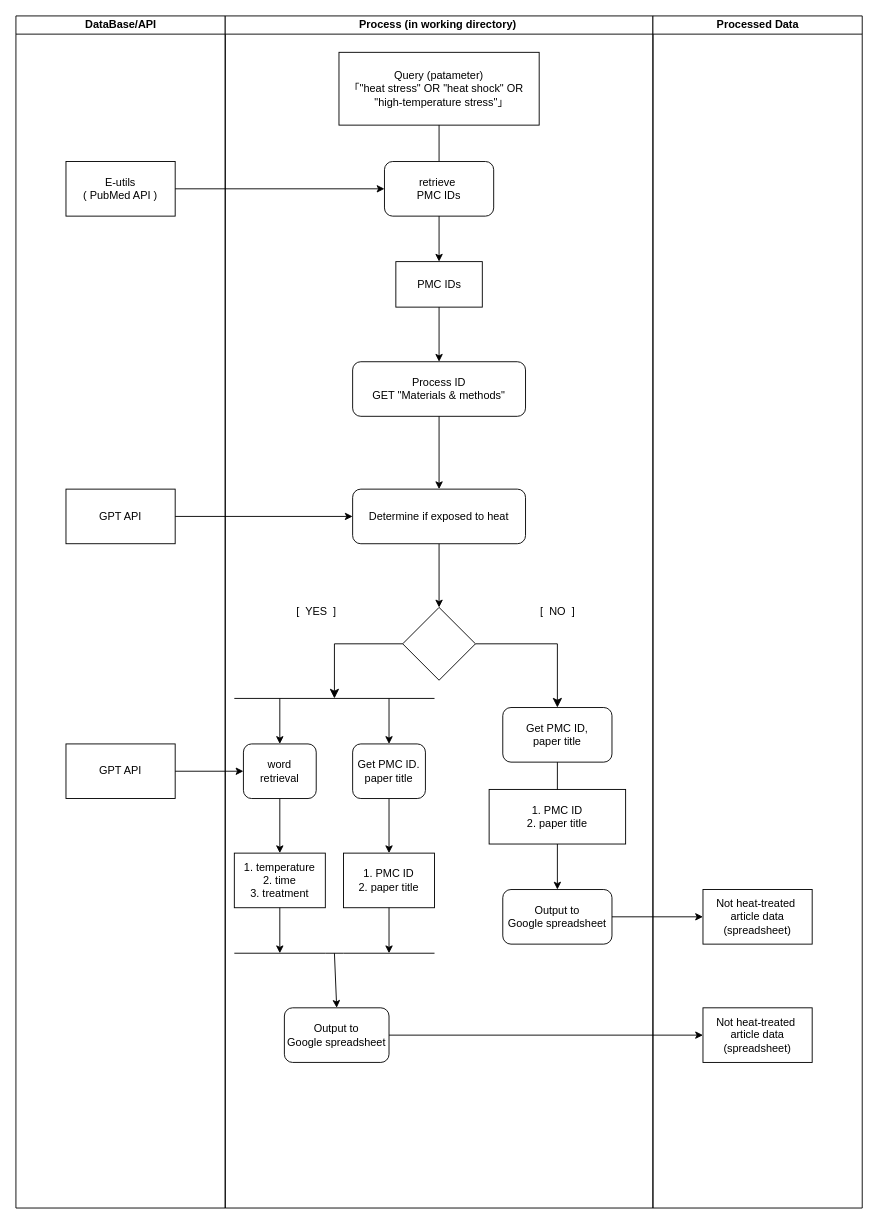
Earlier version of the draw.io diagram documents/yonezawa.drawio (dogrun-inc/research_extract). Source tidied: cells renumbered, new cells numbered last; positions are measured from the earlier drawing's top-left corner, leaving out a move shared by most shapes. Both pictures are drawn from the tidied source at 91%, with x=0, y=0 at pixel (15, 15).
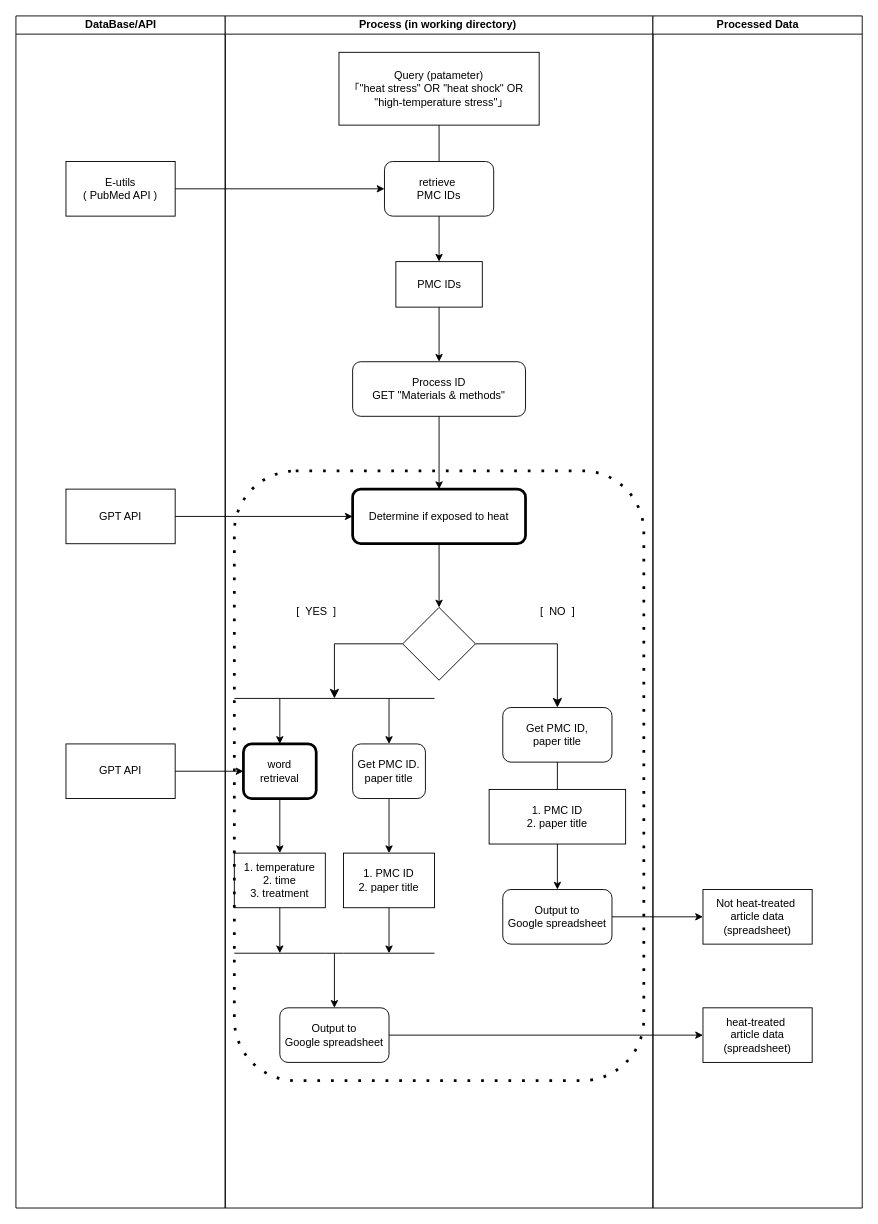
Above is the later version.

The change refers to these unchanged cells:
```xml
<mxCell id="6" value="Process (in working directory)&amp;nbsp;" style="swimlane;startSize=20;html=1;" parent="1" vertex="1">
  <mxGeometry x="230" width="470" height="1310" as="geometry" />
</mxCell>
<mxCell id="34" value="Processed Data" style="swimlane;startSize=20;html=1;" parent="1" vertex="1">
  <mxGeometry x="700" width="230" height="1310" as="geometry" />
</mxCell>
```

What changed in the source:
```diff
@@
-    <mxCell id="18" value="Determine if exposed to heat" style="rounded=1;whiteSpace=wrap;html=1;" parent="6" vertex="1">
+    <mxCell id="18" value="Determine if exposed to heat" style="rounded=1;whiteSpace=wrap;html=1;strokeWidth=3;" parent="6" vertex="1">
       <mxGeometry x="140" y="520" width="190" height="60" as="geometry" />
     </mxCell>
@@
-    <mxCell id="30" value="word &lt;br&gt;retrieval" style="rounded=1;whiteSpace=wrap;html=1;" parent="6" vertex="1">
+    <mxCell id="30" value="word &lt;br&gt;retrieval" style="rounded=1;whiteSpace=wrap;html=1;strokeWidth=3;" parent="6" vertex="1">
       <mxGeometry x="20" y="800" width="80" height="60" as="geometry" />
     </mxCell>
@@
     <mxCell id="33" value="Output to &lt;br&gt;Google spreadsheet" style="rounded=1;whiteSpace=wrap;html=1;" parent="6" vertex="1">
-      <mxGeometry x="65" y="1090" width="115" height="60" as="geometry" />
+      <mxGeometry x="60" y="1090" width="120" height="60" as="geometry" />
     </mxCell>
+    <mxCell id="49" style="rounded=1;whiteSpace=wrap;html=1;dashed=1;dashPattern=1 4;fillColor=none;strokeWidth=3;" parent="6" vertex="1">
+      <mxGeometry x="10" y="500" width="450" height="670" as="geometry" />
+    </mxCell>
@@
-    <mxCell id="36" value="Not heat-treated&amp;nbsp;&lt;br&gt;article data&lt;br&gt;(spreadsheet)" style="rounded=0;whiteSpace=wrap;html=1;" parent="34" vertex="1">
+    <mxCell id="36" value="heat-treated&amp;nbsp;&lt;br&gt;article data&lt;br&gt;(spreadsheet)" style="rounded=0;whiteSpace=wrap;html=1;" parent="34" vertex="1">
       <mxGeometry x="55" y="1090" width="120" height="60" as="geometry" />
     </mxCell>
```
